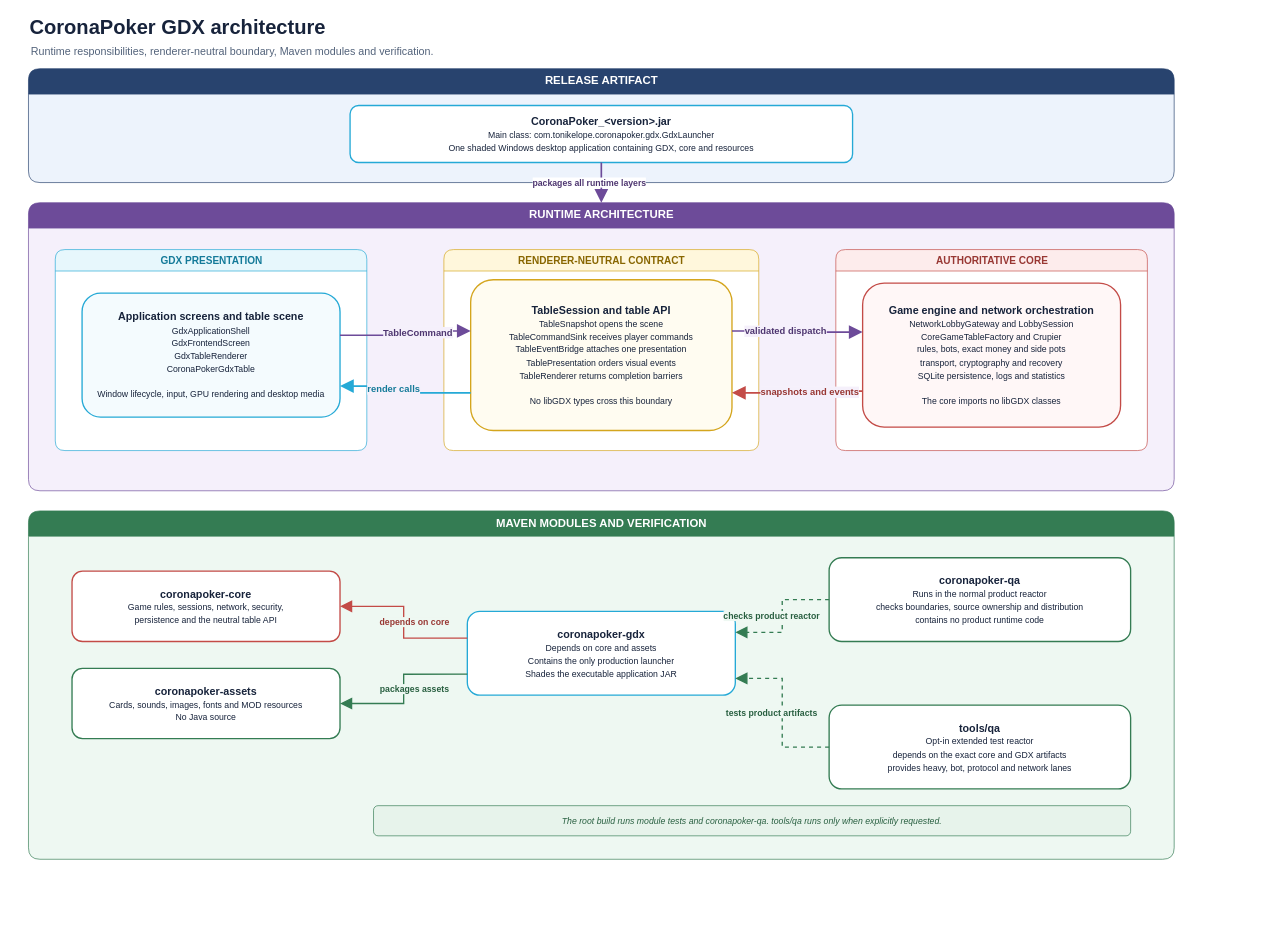
The draw.io diagram docs/diagrams/coronapoker-module-map.drawio in tonikelope/coronapoker, before the edit. Source tidied: cells renumbered, new cells numbered last; positions are measured from the earlier drawing's top-left corner, leaving out a move shared by most shapes. Both pictures are drawn from the tidied source at 67%, with x=0, y=0 at pixel (28, 11).
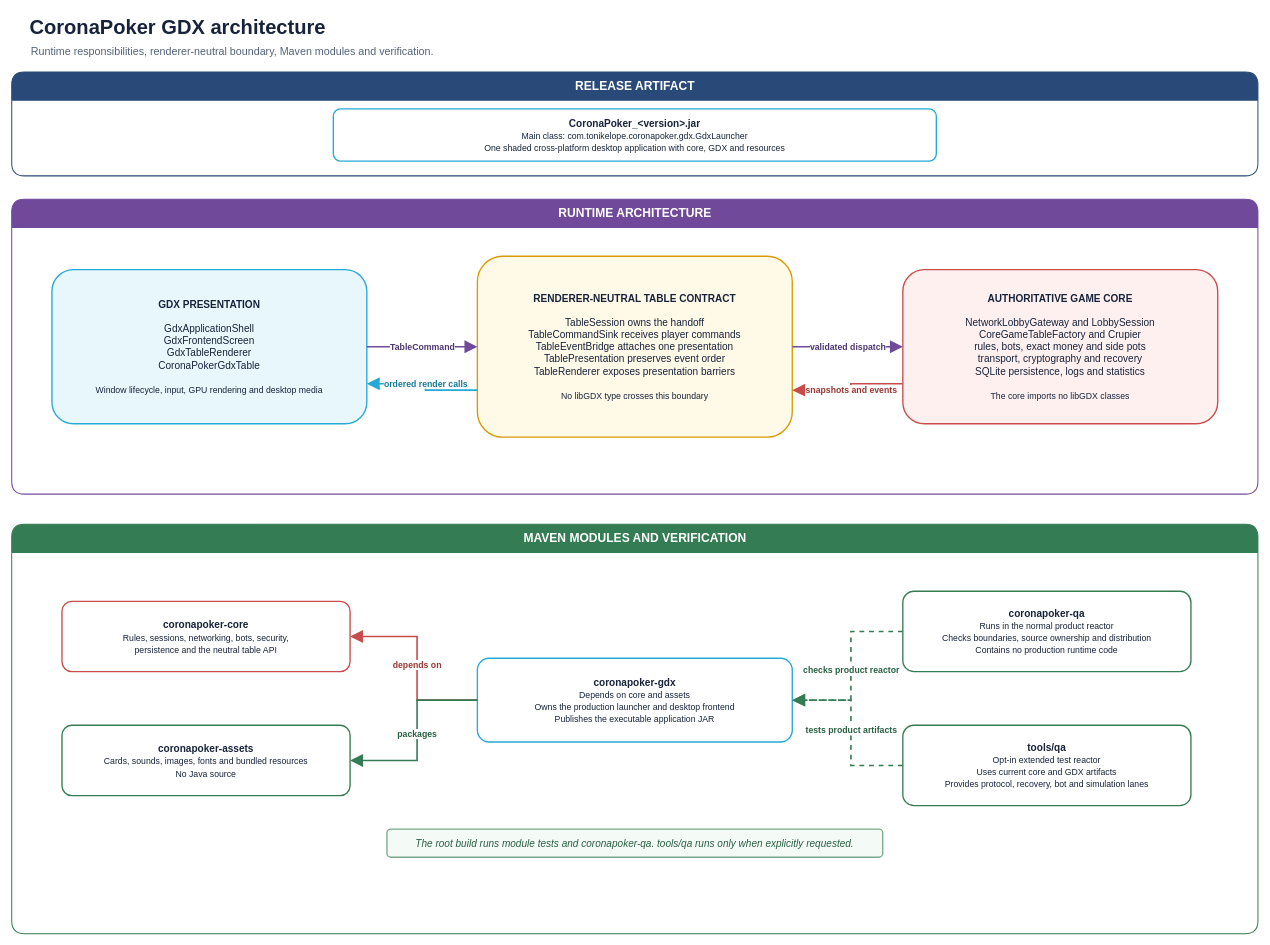
The same page after the edit.

Commit message (it also covers changes not shown here):
Audit documentation and clarify architecture diagrams

The edit, as a diff of the source:
```diff
@@
-    <mxCell id="2" value="CoronaPoker GDX architecture" style="text;html=1;strokeColor=none;fillColor=none;align=left;verticalAlign=middle;fontSize=30;fontStyle=1;fontColor=#17233B;" parent="1" vertex="1">
+    <mxCell id="2" value="CoronaPoker GDX architecture" style="text;html=1;strokeColor=none;fillColor=none;align=left;verticalAlign=middle;fontColor=#17233B;fontSize=30;fontStyle=1;" parent="1" vertex="1">
       <mxGeometry width="1050" height="45" as="geometry" />
     </mxCell>
-    <mxCell id="3" value="Runtime responsibilities, renderer-neutral boundary, Maven modules and verification." style="text;html=1;strokeColor=none;fillColor=none;align=left;verticalAlign=middle;fontSize=16;fontColor=#52627A;" parent="1" vertex="1">
+    <mxCell id="3" value="Runtime responsibilities, renderer-neutral boundary, Maven modules and verification." style="text;html=1;strokeColor=none;fillColor=none;align=left;verticalAlign=middle;fontColor=#17233B;fontSize=16;fontColor=#52627A;" parent="1" vertex="1">
       <mxGeometry x="2" y="45" width="1400" height="28" as="geometry" />
     </mxCell>
-    <mxCell id="4" value="RELEASE ARTIFACT" style="swimlane;html=1;rounded=1;startSize=38;horizontal=1;fillColor=#28436E;swimlaneFillColor=#EDF3FC;strokeColor=#28436E;fontColor=#FFFFFF;fontSize=17;fontStyle=1;" parent="1" vertex="1">
-      <mxGeometry y="85" width="1710" height="170" as="geometry" />
+    <mxCell id="4" value="RELEASE ARTIFACT" style="swimlane;html=1;rounded=1;startSize=42;horizontal=1;fillColor=#294A79;swimlaneFillColor=#FFFFFF;strokeColor=#294A79;strokeWidth=1.5;fontColor=#FFFFFF;fontSize=18;fontStyle=1;align=center;verticalAlign=middle;" parent="1" vertex="1">
+      <mxGeometry x="-25" y="90" width="1860" height="155" as="geometry" />
     </mxCell>
-    <mxCell id="5" value="&lt;b&gt;CoronaPoker_&amp;lt;version&amp;gt;.jar&lt;/b&gt;&lt;br&gt;&lt;font size=&quot;2&quot;&gt;Main class: com.tonikelope.coronapoker.gdx.GdxLauncher&lt;br&gt;One shaded Windows desktop application containing GDX, core and resources&lt;/font&gt;" style="rounded=1;whiteSpace=wrap;html=1;fillColor=#FFFFFF;strokeColor=#25A9D6;strokeWidth=2;fontColor=#17233B;fontSize=16;" parent="1" vertex="1">
-      <mxGeometry x="480" y="140" width="750" height="85" as="geometry" />
+    <mxCell id="5" value="&lt;b&gt;CoronaPoker_&amp;lt;version&amp;gt;.jar&lt;/b&gt;&lt;br&gt;&lt;font size=&quot;2&quot;&gt;Main class: com.tonikelope.coronapoker.gdx.GdxLauncher&lt;br&gt;One shaded cross-platform desktop application with core, GDX and resources&lt;/font&gt;" style="rounded=1;arcSize=14;whiteSpace=wrap;html=1;fillColor=#FFFFFF;strokeColor=#25A9D6;strokeWidth=2;fontColor=#17233B;fontSize=15;align=center;verticalAlign=middle;spacing=8;" parent="1" vertex="1">
+      <mxGeometry x="455" y="145" width="900" height="78" as="geometry" />
     </mxCell>
-    <mxCell id="6" value="RUNTIME ARCHITECTURE" style="swimlane;html=1;rounded=1;startSize=38;horizontal=1;fillColor=#6D4B99;swimlaneFillColor=#F5F0FB;strokeColor=#6D4B99;fontColor=#FFFFFF;fontSize=17;fontStyle=1;" parent="1" vertex="1">
-      <mxGeometry y="285" width="1710" height="430" as="geometry" />
+    <mxCell id="6" value="RUNTIME ARCHITECTURE" style="swimlane;html=1;rounded=1;startSize=42;horizontal=1;fillColor=#70499B;swimlaneFillColor=#FFFFFF;strokeColor=#70499B;strokeWidth=1.5;fontColor=#FFFFFF;fontSize=18;fontStyle=1;align=center;verticalAlign=middle;" parent="1" vertex="1">
+      <mxGeometry x="-25" y="280" width="1860" height="440" as="geometry" />
     </mxCell>
-    <mxCell id="7" value="GDX PRESENTATION" style="swimlane;html=1;rounded=1;startSize=32;horizontal=1;fillColor=#E7F7FC;swimlaneFillColor=#FFFFFF;strokeColor=#25A9D6;fontColor=#147A99;fontSize=15;fontStyle=1;" parent="1" vertex="1">
-      <mxGeometry x="40" y="355" width="465" height="300" as="geometry" />
-    </mxCell>
-    <mxCell id="8" value="&lt;b&gt;Application screens and table scene&lt;/b&gt;&lt;br&gt;&lt;font size=&quot;2&quot;&gt;GdxApplicationShell&lt;br&gt;GdxFrontendScreen&lt;br&gt;GdxTableRenderer&lt;br&gt;CoronaPokerGdxTable&lt;br&gt;&lt;br&gt;Window lifecycle, input, GPU rendering and desktop media&lt;/font&gt;" style="rounded=1;whiteSpace=wrap;html=1;fillColor=#F4FBFE;strokeColor=#25A9D6;strokeWidth=2;fontColor=#17233B;fontSize=16;" parent="1" vertex="1">
-      <mxGeometry x="80" y="420" width="385" height="185" as="geometry" />
+    <mxCell id="8" value="&lt;b&gt;GDX PRESENTATION&lt;/b&gt;&lt;br&gt;&lt;br&gt;GdxApplicationShell&lt;br&gt;GdxFrontendScreen&lt;br&gt;GdxTableRenderer&lt;br&gt;CoronaPokerGdxTable&lt;br&gt;&lt;br&gt;&lt;font size=&quot;2&quot;&gt;Window lifecycle, input, GPU rendering and desktop media&lt;/font&gt;" style="rounded=1;arcSize=14;whiteSpace=wrap;html=1;fillColor=#E8F7FC;strokeColor=#25A9D6;strokeWidth=2;fontColor=#17233B;fontSize=15;align=center;verticalAlign=middle;spacing=8;" parent="1" vertex="1">
+      <mxGeometry x="35" y="385" width="470" height="230" as="geometry" />
     </mxCell>
-    <mxCell id="9" value="RENDERER-NEUTRAL CONTRACT" style="swimlane;html=1;rounded=1;startSize=32;horizontal=1;fillColor=#FFF7DC;swimlaneFillColor=#FFFFFF;strokeColor=#D4A51D;fontColor=#886600;fontSize=15;fontStyle=1;" parent="1" vertex="1">
-      <mxGeometry x="620" y="355" width="470" height="300" as="geometry" />
-    </mxCell>
-    <mxCell id="10" value="&lt;b&gt;TableSession and table API&lt;/b&gt;&lt;br&gt;&lt;font size=&quot;2&quot;&gt;TableSnapshot opens the scene&lt;br&gt;TableCommandSink receives player commands&lt;br&gt;TableEventBridge attaches one presentation&lt;br&gt;TablePresentation orders visual events&lt;br&gt;TableRenderer returns completion barriers&lt;br&gt;&lt;br&gt;No libGDX types cross this boundary&lt;/font&gt;" style="rounded=1;whiteSpace=wrap;html=1;fillColor=#FFFCF1;strokeColor=#D4A51D;strokeWidth=2;fontColor=#17233B;fontSize=16;" parent="1" vertex="1">
-      <mxGeometry x="660" y="400" width="390" height="225" as="geometry" />
+    <mxCell id="10" value="&lt;b&gt;RENDERER-NEUTRAL TABLE CONTRACT&lt;/b&gt;&lt;br&gt;&lt;br&gt;TableSession owns the handoff&lt;br&gt;TableCommandSink receives player commands&lt;br&gt;TableEventBridge attaches one presentation&lt;br&gt;TablePresentation preserves event order&lt;br&gt;TableRenderer exposes presentation barriers&lt;br&gt;&lt;br&gt;&lt;font size=&quot;2&quot;&gt;No libGDX type crosses this boundary&lt;/font&gt;" style="rounded=1;arcSize=14;whiteSpace=wrap;html=1;fillColor=#FFF9E7;strokeColor=#D79B00;strokeWidth=2;fontColor=#17233B;fontSize=15;align=center;verticalAlign=middle;spacing=8;" parent="1" vertex="1">
+      <mxGeometry x="670" y="365" width="470" height="270" as="geometry" />
     </mxCell>
-    <mxCell id="11" value="AUTHORITATIVE CORE" style="swimlane;html=1;rounded=1;startSize=32;horizontal=1;fillColor=#FDECEC;swimlaneFillColor=#FFFFFF;strokeColor=#C34B47;fontColor=#983733;fontSize=15;fontStyle=1;" parent="1" vertex="1">
-      <mxGeometry x="1205" y="355" width="465" height="300" as="geometry" />
-    </mxCell>
-    <mxCell id="12" value="&lt;b&gt;Game engine and network orchestration&lt;/b&gt;&lt;br&gt;&lt;font size=&quot;2&quot;&gt;NetworkLobbyGateway and LobbySession&lt;br&gt;CoreGameTableFactory and Crupier&lt;br&gt;rules, bots, exact money and side pots&lt;br&gt;transport, cryptography and recovery&lt;br&gt;SQLite persistence, logs and statistics&lt;br&gt;&lt;br&gt;The core imports no libGDX classes&lt;/font&gt;" style="rounded=1;whiteSpace=wrap;html=1;fillColor=#FFF7F7;strokeColor=#C34B47;strokeWidth=2;fontColor=#17233B;fontSize=16;" parent="1" vertex="1">
-      <mxGeometry x="1245" y="405" width="385" height="215" as="geometry" />
+    <mxCell id="12" value="&lt;b&gt;AUTHORITATIVE GAME CORE&lt;/b&gt;&lt;br&gt;&lt;br&gt;NetworkLobbyGateway and LobbySession&lt;br&gt;CoreGameTableFactory and Crupier&lt;br&gt;rules, bots, exact money and side pots&lt;br&gt;transport, cryptography and recovery&lt;br&gt;SQLite persistence, logs and statistics&lt;br&gt;&lt;br&gt;&lt;font size=&quot;2&quot;&gt;The core imports no libGDX classes&lt;/font&gt;" style="rounded=1;arcSize=14;whiteSpace=wrap;html=1;fillColor=#FFF0F0;strokeColor=#C94C4C;strokeWidth=2;fontColor=#17233B;fontSize=15;align=center;verticalAlign=middle;spacing=8;" parent="1" vertex="1">
+      <mxGeometry x="1305" y="385" width="470" height="230" as="geometry" />
     </mxCell>
-    <mxCell id="13" value="packages all runtime layers" style="edgeStyle=orthogonalEdgeStyle;rounded=0;html=1;endArrow=block;endFill=1;endSize=14;strokeColor=#6D4B99;strokeWidth=2.5;fontColor=#4E3670;fontSize=13;fontStyle=1;labelBackgroundColor=#FFFFFF;exitX=0.5;exitY=1;entryX=0.5;entryY=0;" parent="1" edge="1" source="5" target="6">
-      <mxGeometry y="-18" relative="1" as="geometry" />
-    </mxCell>
-    <mxCell id="14" value="TableCommand" style="edgeStyle=orthogonalEdgeStyle;rounded=0;html=1;endArrow=block;endFill=1;endSize=14;strokeColor=#6D4B99;strokeWidth=2.5;fontColor=#4E3670;fontSize=14;fontStyle=1;labelBackgroundColor=#F5F0FB;exitX=1;exitY=0.34;entryX=0;entryY=0.34;" parent="1" edge="1" source="8" target="10">
-      <mxGeometry y="-18" relative="1" as="geometry" />
+    <mxCell id="14" value="TableCommand" style="edgeStyle=orthogonalEdgeStyle;rounded=0;jettySize=auto;html=1;endArrow=block;endFill=1;endSize=13;strokeColor=#70499B;strokeWidth=2.4;fontColor=#4E3670;fontSize=13;fontStyle=1;labelBackgroundColor=#FFFFFF;" parent="1" edge="1" source="8" target="10">
+      <mxGeometry relative="1" as="geometry" />
     </mxCell>
-    <mxCell id="15" value="render calls" style="edgeStyle=orthogonalEdgeStyle;rounded=0;html=1;endArrow=block;endFill=1;endSize=14;strokeColor=#25A9D6;strokeWidth=2.5;fontColor=#147A99;fontSize=14;fontStyle=1;labelBackgroundColor=#F5F0FB;exitX=0;exitY=0.75;entryX=1;entryY=0.75;" parent="1" edge="1" source="10" target="8">
-      <mxGeometry y="18" relative="1" as="geometry" />
-    </mxCell>
-    <mxCell id="16" value="validated dispatch" style="edgeStyle=orthogonalEdgeStyle;rounded=0;html=1;endArrow=block;endFill=1;endSize=14;strokeColor=#6D4B99;strokeWidth=2.5;fontColor=#4E3670;fontSize=14;fontStyle=1;labelBackgroundColor=#F5F0FB;exitX=1;exitY=0.34;entryX=0;entryY=0.34;" parent="1" edge="1" source="10" target="12">
-      <mxGeometry y="-18" relative="1" as="geometry" />
+    <mxCell id="16" value="validated dispatch" style="edgeStyle=orthogonalEdgeStyle;rounded=0;jettySize=auto;html=1;endArrow=block;endFill=1;endSize=13;strokeColor=#70499B;strokeWidth=2.4;fontColor=#4E3670;fontSize=13;fontStyle=1;labelBackgroundColor=#FFFFFF;" parent="1" edge="1" source="10" target="12">
+      <mxGeometry relative="1" as="geometry" />
     </mxCell>
-    <mxCell id="17" value="snapshots and events" style="edgeStyle=orthogonalEdgeStyle;rounded=0;html=1;endArrow=block;endFill=1;endSize=14;strokeColor=#C34B47;strokeWidth=2.5;fontColor=#983733;fontSize=14;fontStyle=1;labelBackgroundColor=#F5F0FB;exitX=0;exitY=0.75;entryX=1;entryY=0.75;" parent="1" edge="1" source="12" target="10">
-      <mxGeometry y="18" relative="1" as="geometry" />
+    <mxCell id="17" value="snapshots and events" style="edgeStyle=orthogonalEdgeStyle;rounded=0;jettySize=auto;html=1;endArrow=block;endFill=1;endSize=13;strokeColor=#C94C4C;strokeWidth=2.4;fontColor=#983733;fontSize=13;fontStyle=1;labelBackgroundColor=#FFFFFF;exitX=0;exitY=0.74;entryX=1;entryY=0.74;" parent="1" edge="1" source="12" target="10">
+      <mxGeometry relative="1" as="geometry" />
     </mxCell>
+    <mxCell id="15" value="ordered render calls" style="edgeStyle=orthogonalEdgeStyle;rounded=0;jettySize=auto;html=1;endArrow=block;endFill=1;endSize=13;strokeColor=#25A9D6;strokeWidth=2.4;fontColor=#147A99;fontSize=13;fontStyle=1;labelBackgroundColor=#FFFFFF;exitX=0;exitY=0.74;entryX=1;entryY=0.74;" parent="1" edge="1" source="10" target="8">
+      <mxGeometry relative="1" as="geometry" />
+    </mxCell>
-    <mxCell id="18" value="MAVEN MODULES AND VERIFICATION" style="swimlane;html=1;rounded=1;startSize=38;horizontal=1;fillColor=#347C53;swimlaneFillColor=#EEF8F2;strokeColor=#347C53;fontColor=#FFFFFF;fontSize=17;fontStyle=1;" parent="1" vertex="1">
-      <mxGeometry y="745" width="1710" height="520" as="geometry" />
+    <mxCell id="18" value="MAVEN MODULES AND VERIFICATION" style="swimlane;html=1;rounded=1;startSize=42;horizontal=1;fillColor=#347C53;swimlaneFillColor=#FFFFFF;strokeColor=#347C53;strokeWidth=1.5;fontColor=#FFFFFF;fontSize=18;fontStyle=1;align=center;verticalAlign=middle;" parent="1" vertex="1">
+      <mxGeometry x="-25" y="765" width="1860" height="611" as="geometry" />
     </mxCell>
-    <mxCell id="19" value="&lt;b&gt;coronapoker-core&lt;/b&gt;&lt;br&gt;&lt;font size=&quot;2&quot;&gt;Game rules, sessions, network, security,&lt;br&gt;persistence and the neutral table API&lt;/font&gt;" style="rounded=1;whiteSpace=wrap;html=1;fillColor=#FFFFFF;strokeColor=#C34B47;strokeWidth=2;fontColor=#17233B;fontSize=16;" parent="1" vertex="1">
-      <mxGeometry x="65" y="835" width="400" height="105" as="geometry" />
+    <mxCell id="19" value="&lt;b&gt;coronapoker-core&lt;/b&gt;&lt;br&gt;&lt;font size=&quot;2&quot;&gt;Rules, sessions, networking, bots, security,&lt;br&gt;persistence and the neutral table API&lt;/font&gt;" style="rounded=1;arcSize=14;whiteSpace=wrap;html=1;fillColor=#FFFFFF;strokeColor=#C94C4C;strokeWidth=2;fontColor=#17233B;fontSize=15;align=center;verticalAlign=middle;spacing=8;" parent="1" vertex="1">
+      <mxGeometry x="50" y="880" width="430" height="105" as="geometry" />
     </mxCell>
-    <mxCell id="20" value="&lt;b&gt;coronapoker-assets&lt;/b&gt;&lt;br&gt;&lt;font size=&quot;2&quot;&gt;Cards, sounds, images, fonts and MOD resources&lt;br&gt;No Java source&lt;/font&gt;" style="rounded=1;whiteSpace=wrap;html=1;fillColor=#FFFFFF;strokeColor=#347C53;strokeWidth=2;fontColor=#17233B;fontSize=16;" parent="1" vertex="1">
-      <mxGeometry x="65" y="980" width="400" height="105" as="geometry" />
+    <mxCell id="20" value="&lt;b&gt;coronapoker-assets&lt;/b&gt;&lt;br&gt;&lt;font size=&quot;2&quot;&gt;Cards, sounds, images, fonts and bundled resources&lt;br&gt;No Java source&lt;/font&gt;" style="rounded=1;arcSize=14;whiteSpace=wrap;html=1;fillColor=#FFFFFF;strokeColor=#347C53;strokeWidth=2;fontColor=#17233B;fontSize=15;align=center;verticalAlign=middle;spacing=8;" parent="1" vertex="1">
+      <mxGeometry x="50" y="1065" width="430" height="105" as="geometry" />
     </mxCell>
-    <mxCell id="21" value="&lt;b&gt;coronapoker-gdx&lt;/b&gt;&lt;br&gt;&lt;font size=&quot;2&quot;&gt;Depends on core and assets&lt;br&gt;Contains the only production launcher&lt;br&gt;Shades the executable application JAR&lt;/font&gt;" style="rounded=1;whiteSpace=wrap;html=1;fillColor=#FFFFFF;strokeColor=#25A9D6;strokeWidth=2;fontColor=#17233B;fontSize=16;" parent="1" vertex="1">
-      <mxGeometry x="655" y="895" width="400" height="125" as="geometry" />
+    <mxCell id="21" value="&lt;b&gt;coronapoker-gdx&lt;/b&gt;&lt;br&gt;&lt;font size=&quot;2&quot;&gt;Depends on core and assets&lt;br&gt;Owns the production launcher and desktop frontend&lt;br&gt;Publishes the executable application JAR&lt;/font&gt;" style="rounded=1;arcSize=14;whiteSpace=wrap;html=1;fillColor=#FFFFFF;strokeColor=#25A9D6;strokeWidth=2;fontColor=#17233B;fontSize=15;align=center;verticalAlign=middle;spacing=8;" parent="1" vertex="1">
+      <mxGeometry x="670" y="965" width="470" height="125" as="geometry" />
     </mxCell>
-    <mxCell id="22" value="&lt;b&gt;coronapoker-qa&lt;/b&gt;&lt;br&gt;&lt;font size=&quot;2&quot;&gt;Runs in the normal product reactor&lt;br&gt;checks boundaries, source ownership and distribution&lt;br&gt;contains no product runtime code&lt;/font&gt;" style="rounded=1;whiteSpace=wrap;html=1;fillColor=#FFFFFF;strokeColor=#347C53;strokeWidth=2;fontColor=#17233B;fontSize=16;" parent="1" vertex="1">
-      <mxGeometry x="1195" y="815" width="450" height="125" as="geometry" />
+    <mxCell id="22" value="&lt;b&gt;coronapoker-qa&lt;/b&gt;&lt;br&gt;&lt;font size=&quot;2&quot;&gt;Runs in the normal product reactor&lt;br&gt;Checks boundaries, source ownership and distribution&lt;br&gt;Contains no production runtime code&lt;/font&gt;" style="rounded=1;arcSize=14;whiteSpace=wrap;html=1;fillColor=#FFFFFF;strokeColor=#347C53;strokeWidth=2;fontColor=#17233B;fontSize=15;align=center;verticalAlign=middle;spacing=8;" parent="1" vertex="1">
+      <mxGeometry x="1305" y="865" width="430" height="120" as="geometry" />
     </mxCell>
-    <mxCell id="23" value="&lt;b&gt;tools/qa&lt;/b&gt;&lt;br&gt;&lt;font size=&quot;2&quot;&gt;Opt-in extended test reactor&lt;br&gt;depends on the exact core and GDX artifacts&lt;br&gt;provides heavy, bot, protocol and network lanes&lt;/font&gt;" style="rounded=1;whiteSpace=wrap;html=1;fillColor=#FFFFFF;strokeColor=#347C53;strokeWidth=2;fontColor=#17233B;fontSize=16;" parent="1" vertex="1">
-      <mxGeometry x="1195" y="1035" width="450" height="125" as="geometry" />
+    <mxCell id="23" value="&lt;b&gt;tools/qa&lt;/b&gt;&lt;br&gt;&lt;font size=&quot;2&quot;&gt;Opt-in extended test reactor&lt;br&gt;Uses current core and GDX artifacts&lt;br&gt;Provides protocol, recovery, bot and simulation lanes&lt;/font&gt;" style="rounded=1;arcSize=14;whiteSpace=wrap;html=1;fillColor=#FFFFFF;strokeColor=#347C53;strokeWidth=2;fontColor=#17233B;fontSize=15;align=center;verticalAlign=middle;spacing=8;" parent="1" vertex="1">
+      <mxGeometry x="1305" y="1065" width="430" height="120" as="geometry" />
     </mxCell>
-    <mxCell id="24" value="depends on core" style="edgeStyle=orthogonalEdgeStyle;rounded=0;html=1;endArrow=block;endFill=1;endSize=13;strokeColor=#C34B47;strokeWidth=2;fontColor=#983733;fontSize=13;fontStyle=1;labelBackgroundColor=#EEF8F2;exitX=0;exitY=0.32;entryX=1;entryY=0.5;" parent="1" edge="1" source="21" target="19">
-      <mxGeometry y="-16" relative="1" as="geometry" />
+    <mxCell id="24" value="depends on" style="edgeStyle=orthogonalEdgeStyle;rounded=0;jettySize=auto;html=1;endArrow=block;endFill=1;endSize=13;strokeColor=#C94C4C;strokeWidth=2.4;fontColor=#983733;fontSize=13;fontStyle=1;labelBackgroundColor=#FFFFFF;" parent="1" edge="1" source="21" target="19">
+      <mxGeometry relative="1" as="geometry" />
     </mxCell>
-    <mxCell id="25" value="packages assets" style="edgeStyle=orthogonalEdgeStyle;rounded=0;html=1;endArrow=block;endFill=1;endSize=13;strokeColor=#347C53;strokeWidth=2;fontColor=#285F40;fontSize=13;fontStyle=1;labelBackgroundColor=#EEF8F2;exitX=0;exitY=0.75;entryX=1;entryY=0.5;" parent="1" edge="1" source="21" target="20">
-      <mxGeometry y="16" relative="1" as="geometry" />
+    <mxCell id="25" value="packages" style="edgeStyle=orthogonalEdgeStyle;rounded=0;jettySize=auto;html=1;endArrow=block;endFill=1;endSize=13;strokeColor=#347C53;strokeWidth=2.4;fontColor=#285F40;fontSize=13;fontStyle=1;labelBackgroundColor=#FFFFFF;" parent="1" edge="1" source="21" target="20">
+      <mxGeometry relative="1" as="geometry" />
     </mxCell>
-    <mxCell id="26" value="checks product reactor" style="edgeStyle=orthogonalEdgeStyle;rounded=0;html=1;endArrow=block;endFill=1;endSize=13;dashed=1;strokeColor=#347C53;strokeWidth=2;fontColor=#285F40;fontSize=13;fontStyle=1;labelBackgroundColor=#EEF8F2;exitX=0;exitY=0.5;entryX=1;entryY=0.25;" parent="1" edge="1" source="22" target="21">
-      <mxGeometry y="-16" relative="1" as="geometry" />
+    <mxCell id="26" value="checks product reactor" style="edgeStyle=orthogonalEdgeStyle;rounded=0;jettySize=auto;html=1;endArrow=block;endFill=1;endSize=13;strokeColor=#347C53;strokeWidth=2.4;fontColor=#285F40;fontSize=13;fontStyle=1;labelBackgroundColor=#FFFFFF;dashed=1;" parent="1" edge="1" source="22" target="21">
+      <mxGeometry relative="1" as="geometry" />
     </mxCell>
-    <mxCell id="27" value="tests product artifacts" style="edgeStyle=orthogonalEdgeStyle;rounded=0;html=1;endArrow=block;endFill=1;endSize=13;dashed=1;strokeColor=#347C53;strokeWidth=2;fontColor=#285F40;fontSize=13;fontStyle=1;labelBackgroundColor=#EEF8F2;exitX=0;exitY=0.5;entryX=1;entryY=0.80;" parent="1" edge="1" source="23" target="21">
-      <mxGeometry y="16" relative="1" as="geometry" />
+    <mxCell id="27" value="tests product artifacts" style="edgeStyle=orthogonalEdgeStyle;rounded=0;jettySize=auto;html=1;endArrow=block;endFill=1;endSize=13;strokeColor=#347C53;strokeWidth=2.4;fontColor=#285F40;fontSize=13;fontStyle=1;labelBackgroundColor=#FFFFFF;dashed=1;" parent="1" edge="1" source="23" target="21">
+      <mxGeometry relative="1" as="geometry" />
     </mxCell>
-    <mxCell id="28" value="The root build runs module tests and coronapoker-qa. tools/qa runs only when explicitly requested." style="rounded=1;whiteSpace=wrap;html=1;fillColor=#E7F3EB;strokeColor=#347C53;fontColor=#285F40;fontSize=13;fontStyle=2;" parent="1" vertex="1">
-      <mxGeometry x="515" y="1185" width="1130" height="45" as="geometry" />
+    <mxCell id="28" value="The root build runs module tests and coronapoker-qa. tools/qa runs only when explicitly requested." style="rounded=1;arcSize=14;whiteSpace=wrap;html=1;fillColor=#F4FAF6;strokeColor=#7AA98B;strokeWidth=2;fontColor=#285F40;fontSize=15;align=center;verticalAlign=middle;spacing=8;fontStyle=2;" parent="1" vertex="1">
+      <mxGeometry x="535" y="1220" width="740" height="42" as="geometry" />
     </mxCell>
```
